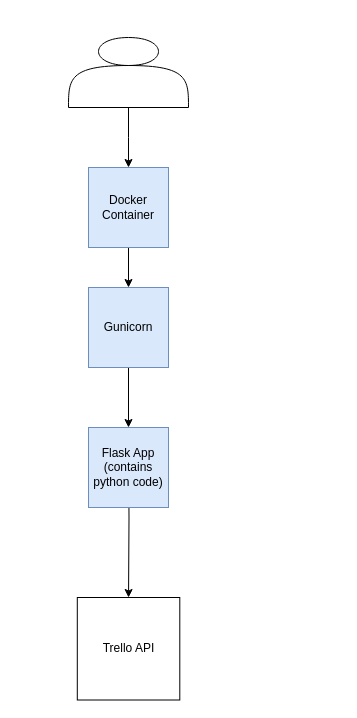
Above: page "Container" (2 of 3) of Excercise6/Untitled Diagram.drawio in pushpanjali544/DevOps-Course-Starter (draw.io), before the change. Source tidied: cells renumbered, new cells numbered last; positions are measured from the earlier drawing's top-left corner, leaving out a move shared by most shapes. Both pictures are drawn from the tidied source at 100%, with x=0, y=0 at pixel (68, 37).
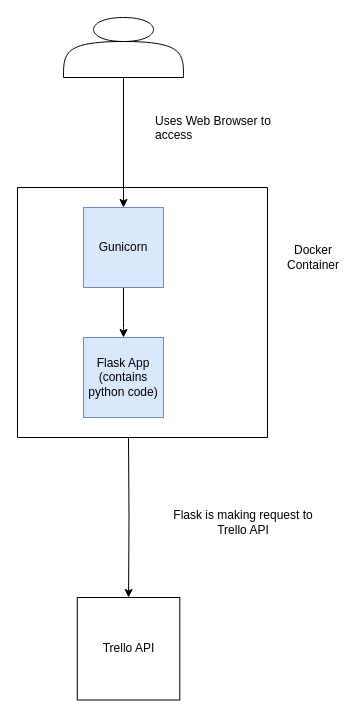
Above is the later version.

The edit, as a diff of the source:
```diff
@@
 <mxGraphModel>
   <root>
     <mxCell id="0" />
     <mxCell id="1" parent="0" />
     <mxCell id="2" style="edgeStyle=orthogonalEdgeStyle;rounded=0;jettySize=auto;html=1;exitX=0.5;exitY=1;exitDx=0;exitDy=0;entryX=0.5;entryY=0;entryDx=0;entryDy=0;" parent="1" edge="1" target="5">
       <mxGeometry relative="1" as="geometry">
         <mxPoint x="60" y="400" as="sourcePoint" />
       </mxGeometry>
     </mxCell>
-    <mxCell id="3" style="edgeStyle=orthogonalEdgeStyle;rounded=0;jettySize=auto;html=1;entryX=0.5;entryY=0;entryDx=0;entryDy=0;" parent="1" edge="1" source="4">
-      <mxGeometry relative="1" as="geometry">
-        <mxPoint x="60" y="130" as="targetPoint" />
-      </mxGeometry>
-    </mxCell>
+    <mxCell id="11" style="edgeStyle=orthogonalEdgeStyle;rounded=0;jettySize=auto;html=1;entryX=0.5;entryY=0;entryDx=0;entryDy=0;" parent="1" edge="1" source="4" target="8">
+      <mxGeometry relative="1" as="geometry" />
+    </mxCell>
     <mxCell id="4" style="shape=actor;whiteSpace=wrap;html=1;" parent="1" vertex="1">
-      <mxGeometry width="120" height="70" as="geometry" />
+      <mxGeometry x="-5" y="-20" width="120" height="60" as="geometry" />
     </mxCell>
     <mxCell id="5" value="Trello API" style="whiteSpace=wrap;html=1;" parent="1" vertex="1">
       <mxGeometry x="8.8" y="560" width="102.5" height="102.5" as="geometry" />
     </mxCell>
-    <mxCell id="6" value="Flask App&lt;br&gt;(contains python code)" style="whiteSpace=wrap;html=1;strokeColor=#6c8ebf;fillColor=#dae8fc;" parent="1" vertex="1">
-      <mxGeometry x="20" y="390" width="80" height="80" as="geometry" />
-    </mxCell>
+    <mxCell id="12" style="swimlane;startSize=0;" parent="1" vertex="1">
+      <mxGeometry x="-51" y="150" width="250" height="250" as="geometry" />
+    </mxCell>
-    <mxCell id="7" style="edgeStyle=orthogonalEdgeStyle;rounded=0;jettySize=auto;html=1;" parent="1" edge="1" source="8" target="6">
-      <mxGeometry relative="1" as="geometry" />
+    <mxCell id="7" style="edgeStyle=orthogonalEdgeStyle;rounded=0;jettySize=auto;html=1;" parent="12" edge="1" source="8" target="6">
+      <mxGeometry relative="1" as="geometry">
+        <Array as="points">
+          <mxPoint x="106" y="140" />
+          <mxPoint x="106" y="140" />
+        </Array>
+      </mxGeometry>
     </mxCell>
-    <mxCell id="8" value="Gunicorn" style="whiteSpace=wrap;html=1;strokeColor=#6c8ebf;fillColor=#dae8fc;" parent="1" vertex="1">
-      <mxGeometry x="20" y="250" width="80" height="80" as="geometry" />
+    <mxCell id="8" value="Gunicorn" style="whiteSpace=wrap;html=1;strokeColor=#6c8ebf;fillColor=#dae8fc;" parent="12" vertex="1">
+      <mxGeometry x="66" y="20" width="80" height="80" as="geometry" />
     </mxCell>
-    <mxCell id="9" style="edgeStyle=orthogonalEdgeStyle;rounded=0;jettySize=auto;html=1;" parent="1" edge="1" source="10" target="8">
-      <mxGeometry relative="1" as="geometry" />
-    </mxCell>
+    <mxCell id="6" value="Flask App&lt;br&gt;(contains python code)" style="whiteSpace=wrap;html=1;strokeColor=#6c8ebf;fillColor=#dae8fc;" parent="12" vertex="1">
+      <mxGeometry x="66" y="150" width="80" height="80" as="geometry" />
+    </mxCell>
-    <mxCell id="10" value="Docker Container" style="whiteSpace=wrap;html=1;strokeColor=#6c8ebf;fillColor=#dae8fc;" parent="1" vertex="1">
-      <mxGeometry x="20" y="130" width="80" height="80" as="geometry" />
+    <mxCell id="10" value="Docker Container" style="text;html=1;strokeColor=none;fillColor=none;align=center;verticalAlign=middle;whiteSpace=wrap;rounded=0;" parent="1" vertex="1">
+      <mxGeometry x="225" y="210" width="40" height="20" as="geometry" />
     </mxCell>
+    <mxCell id="13" value="Uses Web Browser to access" style="text;whiteSpace=wrap;html=1;" parent="1" vertex="1">
+      <mxGeometry x="85" y="70" width="120" height="30" as="geometry" />
+    </mxCell>
+    <mxCell id="14" value="Flask is making request to Trello API" style="text;html=1;strokeColor=none;fillColor=none;align=center;verticalAlign=middle;whiteSpace=wrap;rounded=0;" parent="1" vertex="1">
+      <mxGeometry x="95" y="460" width="160" height="50" as="geometry" />
+    </mxCell>
   </root>
 </mxGraphModel>
```
